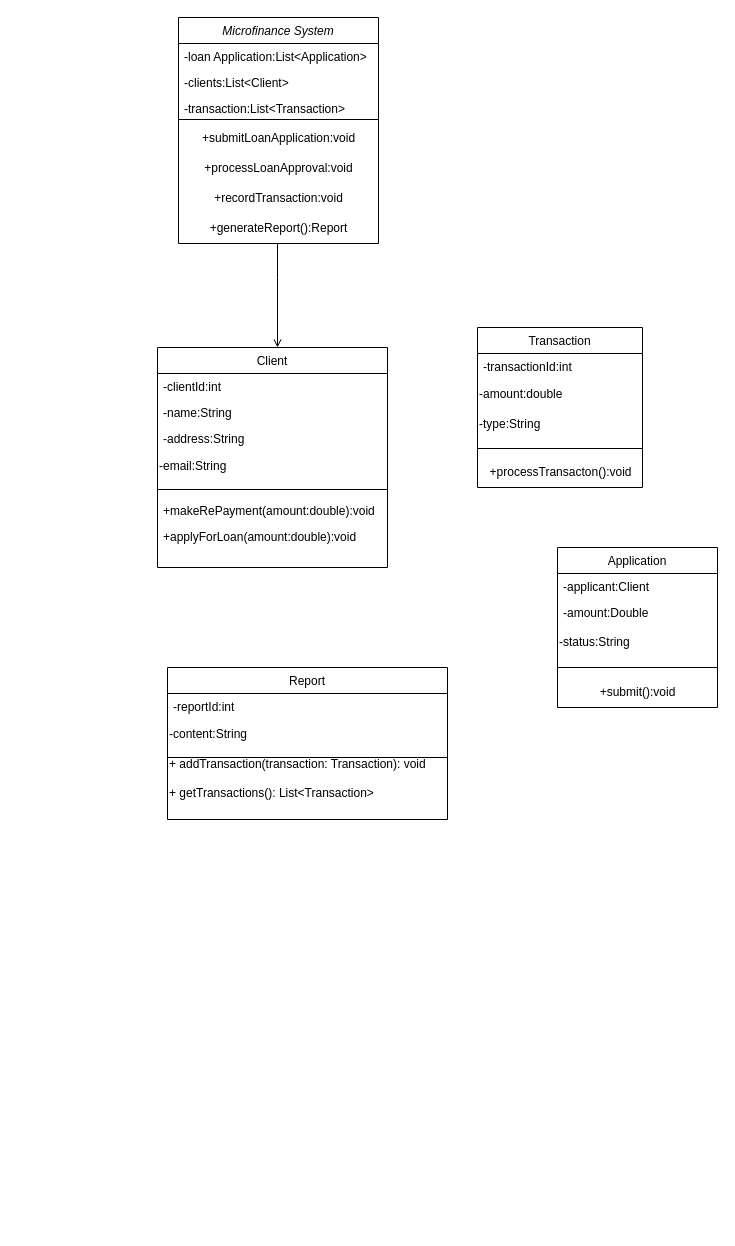
This is Untitled Diagram.drawio from AjnaNushi/CreditCare, a draw.io file, before an edit. Source tidied: cells renumbered, new cells numbered last; positions are measured from the earlier drawing's top-left corner, leaving out a move shared by most shapes. Both pictures are drawn from the tidied source at 100%, with x=0, y=0 at pixel (157, 17).
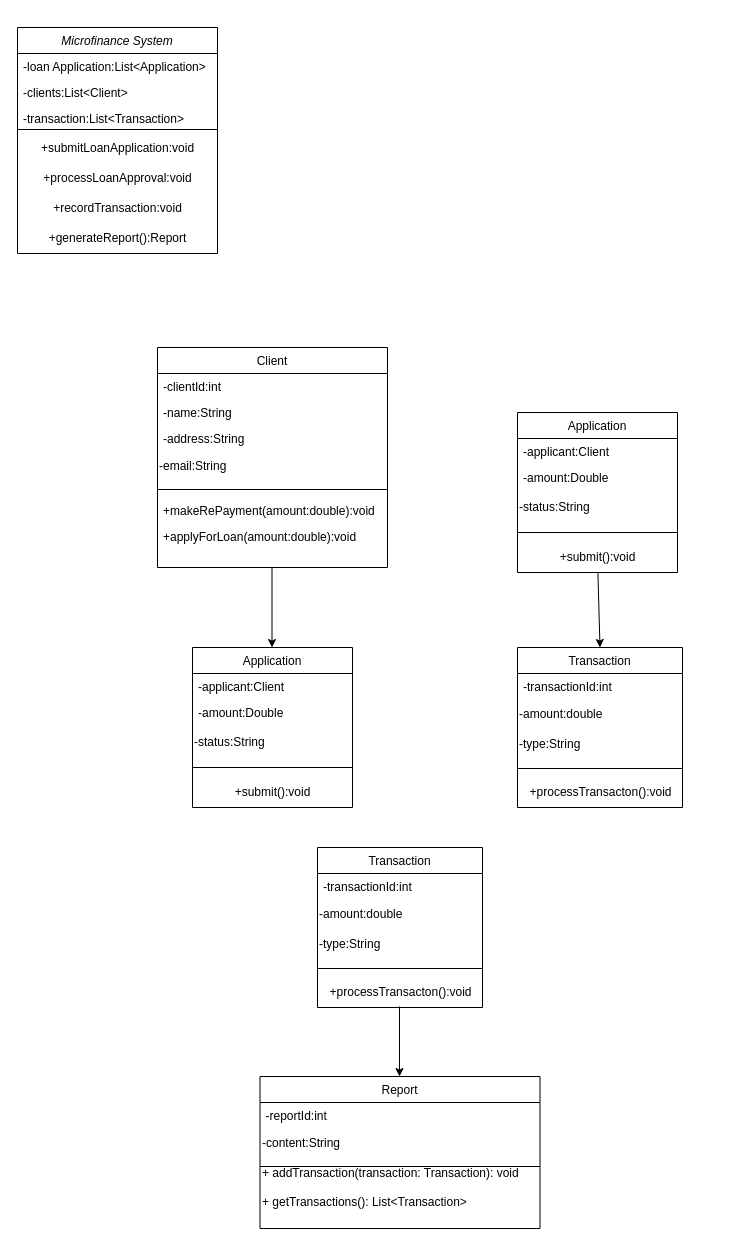
Above is the later version.

Commit message:
class diagram1

Unchanged cells that the change refers to:
```xml
<mxCell id="23" value="Client" style="swimlane;fontStyle=0;align=center;verticalAlign=top;horizontal=1;startSize=26;rounded=0;shadow=0;strokeWidth=1;" parent="1" vertex="1">
  <mxGeometry y="330" width="230" height="220" as="geometry" />
</mxCell>
```

What changed in the source:
```diff
@@
     <mxCell id="2" value="Microfinance System" style="swimlane;fontStyle=2;align=center;verticalAlign=top;horizontal=1;startSize=26;rounded=0;shadow=0;strokeWidth=1;" parent="1" vertex="1">
-      <mxGeometry x="21" width="200" height="226" as="geometry" />
+      <mxGeometry x="-140" y="10" width="200" height="226" as="geometry" />
     </mxCell>
@@
     <mxCell id="11" value="Application" style="swimlane;fontStyle=0;align=center;verticalAlign=top;horizontal=1;startSize=26;rounded=0;shadow=0;strokeWidth=1;" parent="1" vertex="1">
-      <mxGeometry x="400" y="530" width="160" height="160" as="geometry" />
+      <mxGeometry x="35" y="630" width="160" height="160" as="geometry" />
     </mxCell>
@@
     <mxCell id="17" value="Transaction" style="swimlane;fontStyle=0;align=center;verticalAlign=top;horizontal=1;startSize=26;rounded=0;shadow=0;strokeWidth=1;" parent="1" vertex="1">
-      <mxGeometry x="320" y="310" width="165" height="160" as="geometry" />
+      <mxGeometry x="360" y="630" width="165" height="160" as="geometry" />
     </mxCell>
@@
-    <mxCell id="31" style="endArrow=open;shadow=0;strokeWidth=1;rounded=0;endFill=1;edgeStyle=elbowEdgeStyle;elbow=vertical;" parent="1" edge="1" source="2" target="23">
-      <mxGeometry x="0.5" y="41" relative="1" as="geometry">
-        <Array as="points">
-          <mxPoint x="120" y="260" />
-        </Array>
-        <mxPoint x="-40" y="32" as="offset" />
-      </mxGeometry>
-    </mxCell>
-    <mxCell id="32" style="align=left;verticalAlign=bottom;labelBackgroundColor=none;fontSize=12;" parent="31" vertex="1">
-      <mxGeometry x="-1" relative="1" as="geometry">
-        <mxPoint y="4" as="offset" />
-      </mxGeometry>
-    </mxCell>
     <mxCell id="33" value="Report" style="swimlane;fontStyle=0;align=center;verticalAlign=top;horizontal=1;startSize=26;rounded=0;shadow=0;strokeWidth=1;" parent="1" vertex="1">
-      <mxGeometry x="10" y="650" width="280" height="152" as="geometry" />
+      <mxGeometry x="102.5" y="1059" width="280" height="152" as="geometry" />
     </mxCell>
@@
+    <mxCell id="39" style="endArrow=classic;html=1;rounded=0;" parent="1" edge="1">
+      <mxGeometry relative="1" as="geometry">
+        <mxPoint x="114.5" y="550" as="sourcePoint" />
+        <mxPoint x="114.5" y="630" as="targetPoint" />
+      </mxGeometry>
+    </mxCell>
+    <mxCell id="40" value="Application" style="swimlane;fontStyle=0;align=center;verticalAlign=top;horizontal=1;startSize=26;rounded=0;shadow=0;strokeWidth=1;" parent="1" vertex="1">
+      <mxGeometry x="360" y="395" width="160" height="160" as="geometry" />
+    </mxCell>
+    <mxCell id="41" value="-applicant:Client" style="text;align=left;verticalAlign=top;spacingLeft=4;spacingRight=4;overflow=hidden;" parent="40" vertex="1">
+      <mxGeometry y="26" width="160" height="26" as="geometry" />
+    </mxCell>
+    <mxCell id="42" value="-amount:Double" style="text;align=left;verticalAlign=top;spacingLeft=4;spacingRight=4;overflow=hidden;rounded=0;shadow=0;html=0;" parent="40" vertex="1">
+      <mxGeometry y="52" width="160" height="28" as="geometry" />
+    </mxCell>
+    <mxCell id="43" value="-status:String" style="text;html=1;align=left;verticalAlign=middle;strokeColor=none;fillColor=none;" parent="40" vertex="1">
+      <mxGeometry y="80" width="160" height="30" as="geometry" />
+    </mxCell>
+    <mxCell id="44" style="line;html=1;strokeWidth=1;align=left;verticalAlign=middle;spacingTop=-1;spacingLeft=3;spacingRight=3;labelPosition=right;" parent="40" vertex="1">
+      <mxGeometry y="110" width="160" height="20" as="geometry" />
+    </mxCell>
+    <mxCell id="45" value="+submit():void" style="text;html=1;align=center;verticalAlign=middle;points=[];strokeColor=none;fillColor=none;" parent="40" vertex="1">
+      <mxGeometry y="130" width="160" height="30" as="geometry" />
+    </mxCell>
+    <mxCell id="46" style="endArrow=classic;html=1;rounded=0;entryX=0.5;entryY=0;entryDx=0;entryDy=0;" parent="1" edge="1" source="45" target="17">
+      <mxGeometry relative="1" as="geometry" />
+    </mxCell>
+    <mxCell id="47" value="Transaction" style="swimlane;fontStyle=0;align=center;verticalAlign=top;horizontal=1;startSize=26;rounded=0;shadow=0;strokeWidth=1;" parent="1" vertex="1">
+      <mxGeometry x="160" y="830" width="165" height="160" as="geometry" />
+    </mxCell>
+    <mxCell id="48" value="-transactionId:int&#10;" style="text;align=left;verticalAlign=top;spacingLeft=4;spacingRight=4;overflow=hidden;" parent="47" vertex="1">
+      <mxGeometry y="26" width="165" height="26" as="geometry" />
+    </mxCell>
+    <mxCell id="49" value="-amount:double" style="text;html=1;align=left;verticalAlign=middle;strokeColor=none;fillColor=none;" parent="47" vertex="1">
+      <mxGeometry y="52" width="165" height="30" as="geometry" />
+    </mxCell>
+    <mxCell id="50" value="-type:String" style="text;html=1;align=left;verticalAlign=middle;strokeColor=none;fillColor=none;" parent="47" vertex="1">
+      <mxGeometry y="82" width="165" height="30" as="geometry" />
+    </mxCell>
+    <mxCell id="51" style="line;html=1;strokeWidth=1;align=left;verticalAlign=middle;spacingTop=-1;spacingLeft=3;spacingRight=3;labelPosition=right;" parent="47" vertex="1">
+      <mxGeometry y="112" width="165" height="18" as="geometry" />
+    </mxCell>
+    <mxCell id="52" value="+processTransacton():void" style="text;html=1;align=center;verticalAlign=middle;strokeColor=none;fillColor=none;" parent="47" vertex="1">
+      <mxGeometry y="130" width="165" height="30" as="geometry" />
+    </mxCell>
+    <mxCell id="53" style="endArrow=classic;html=1;rounded=0;" parent="1" edge="1">
+      <mxGeometry relative="1" as="geometry">
+        <mxPoint x="242" y="989" as="sourcePoint" />
+        <mxPoint x="242" y="1059" as="targetPoint" />
+      </mxGeometry>
+    </mxCell>
```
